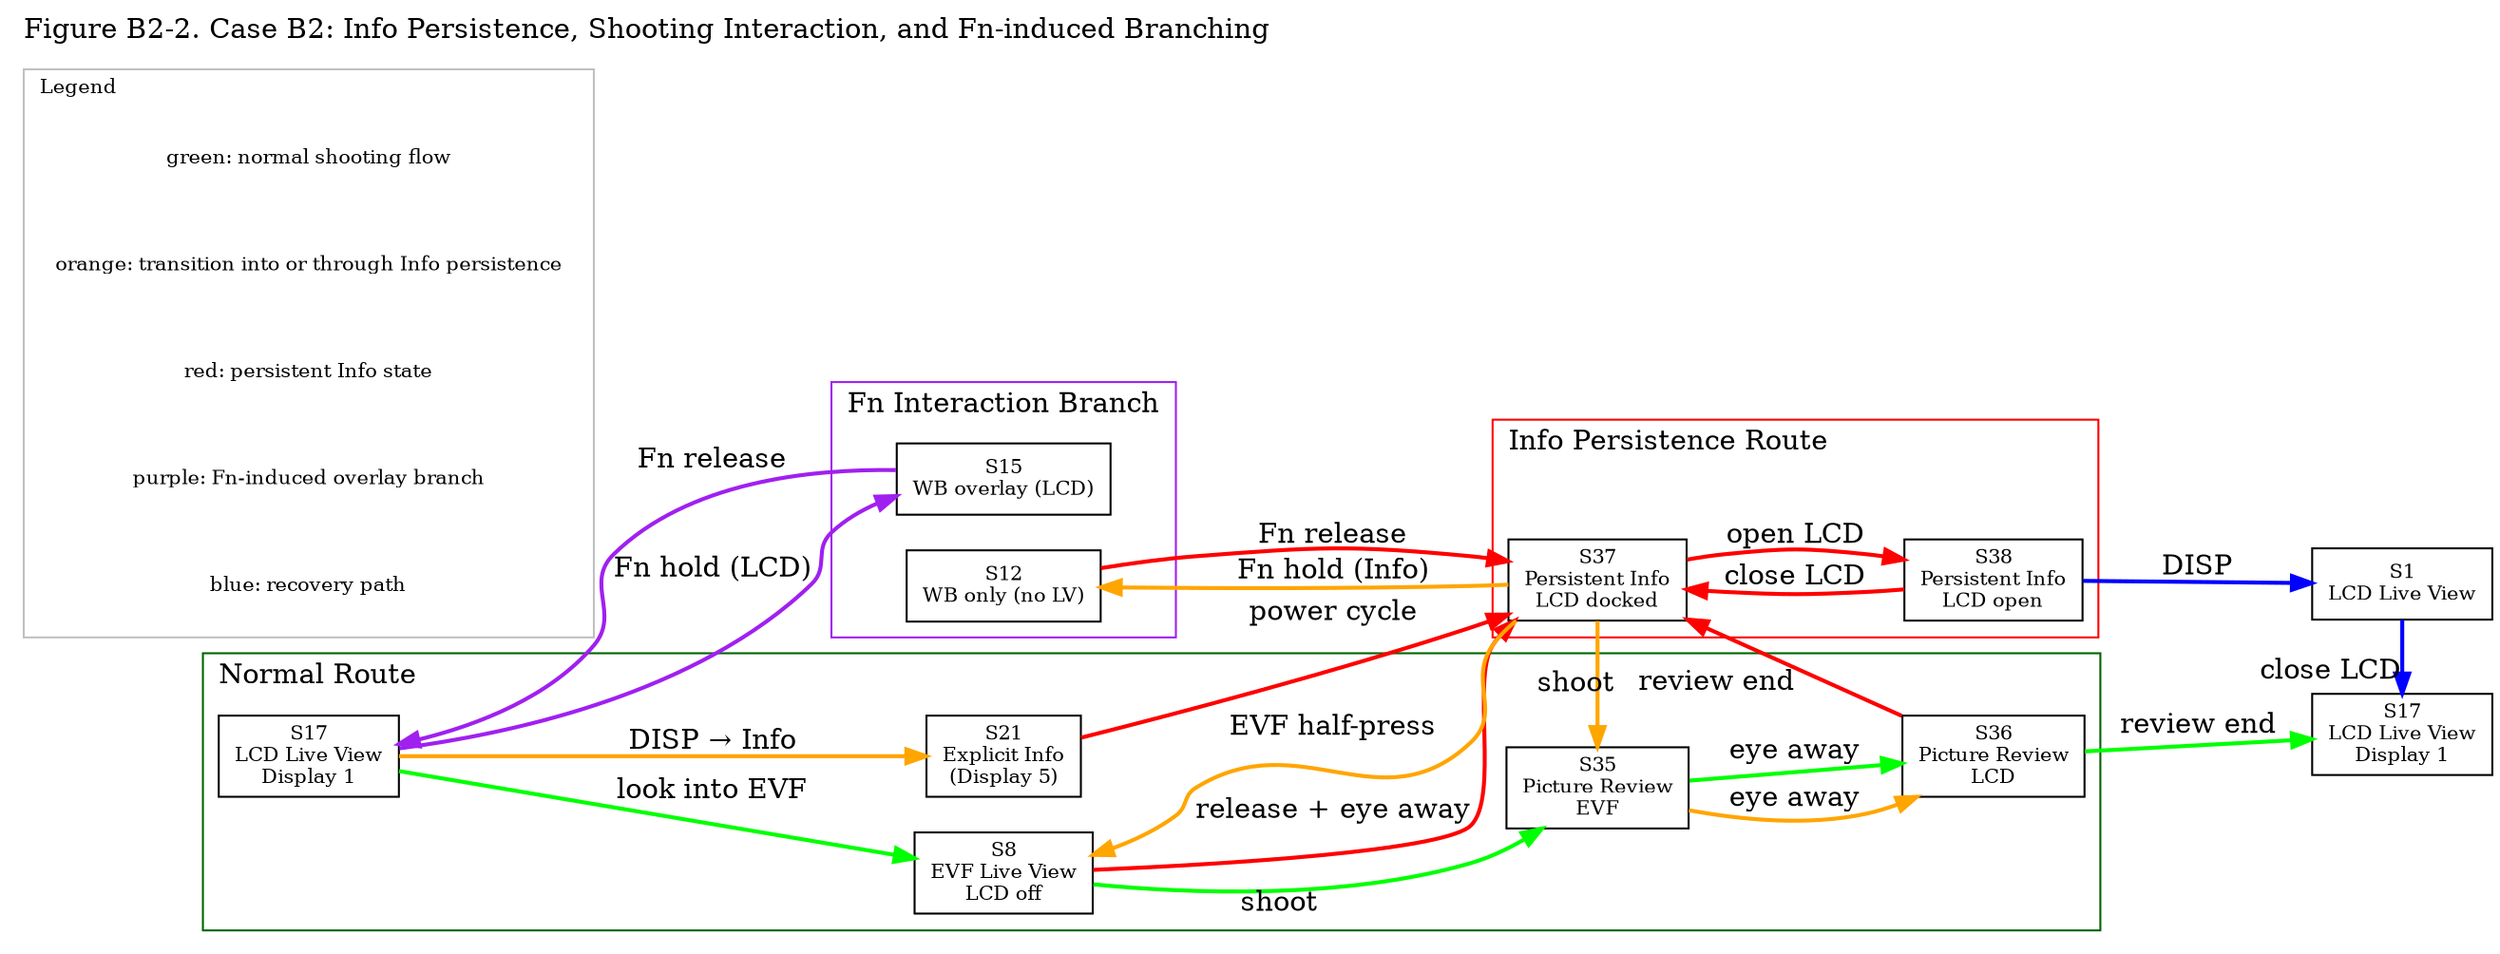
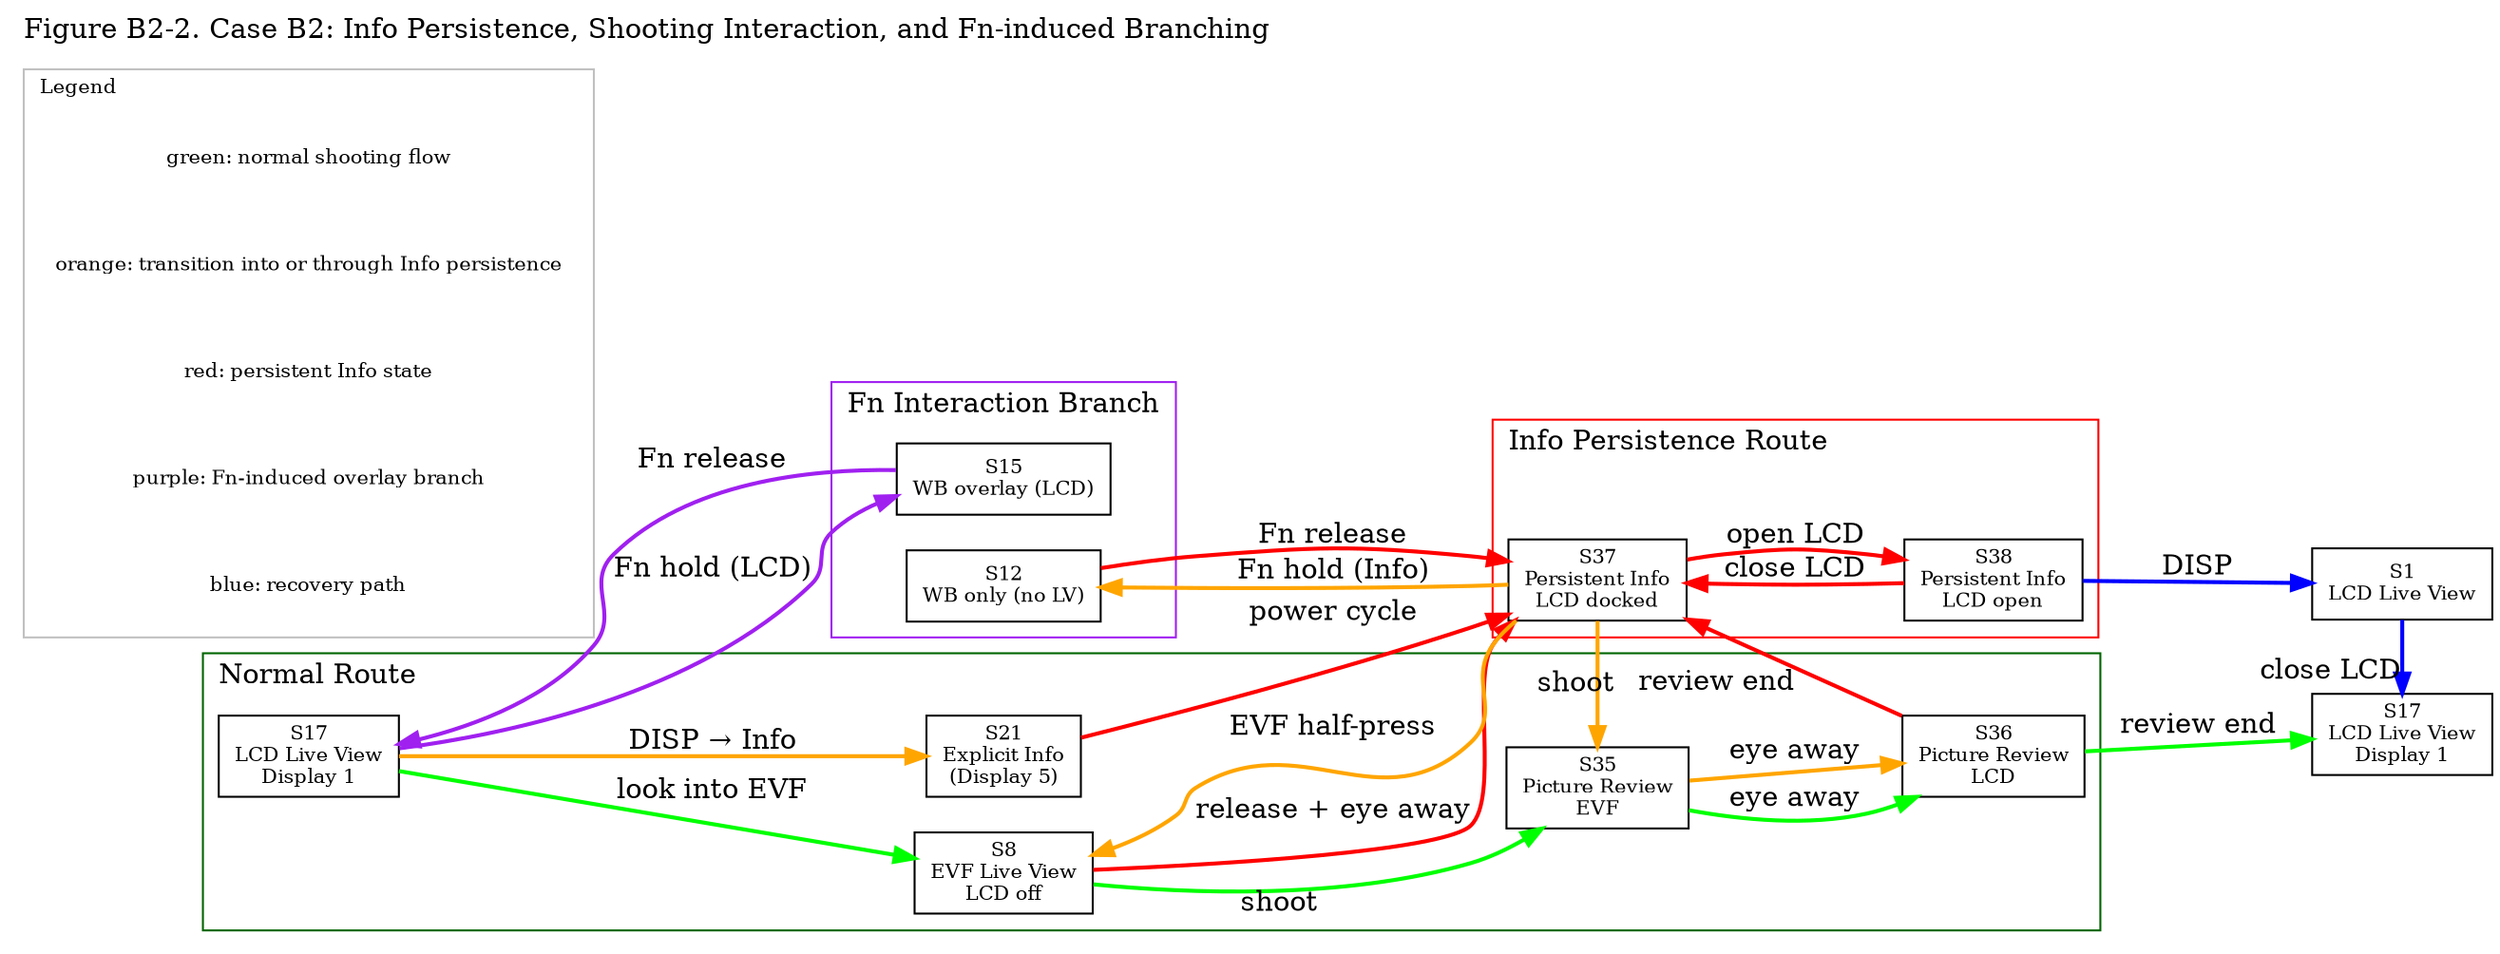
digraph B2_Extended {
label="Figure B2-2. Case B2: Info Persistence, Shooting Interaction, and Fn-induced Branching";
labelloc="t";
labeljust="l";
rankdir=LR;
node [shape=box, fontsize=10];

//S16 [label="S16\nWB overlay (EVF)"];
S15 [label="S15\nWB overlay (LCD)"];
S12 [label="S12\nWB only (no LV)"];

S17_L [label="S17\nLCD Live View\nDisplay 1"];
S17_R [label="S17\nLCD Live View\nDisplay 1"];


S8  [label="S8\nEVF Live View\nLCD off"];

S21 [label="S21\nExplicit Info\n(Display 5)"];



S35 [label="S35\nPicture Review\nEVF"];
S36 [label="S36\nPicture Review\nLCD"];
S37 [label="S37\nPersistent Info\nLCD docked"];
S38 [label="S38\nPersistent Info\nLCD open"];
S1  [label="S1\nLCD Live View"];



/* --- Normal shooting flow --- */




     {rank=same; S17_R; S1;}

subgraph cluster_normal {
    label="Normal Route";
    color="darkgreen";

    S17_L -> S8  [label="look into EVF", color="green", penwidth=2];
    S8     -> S35 [xlabel="shoot", color="green", penwidth=2];
-     S35    -> S36 [label="eye away", color="green", penwidth=2];
+ 
    S36    -> S17_R [label="review end", color="green", penwidth=2];
    S17_L -> S21 [label="DISP → Info", color="orange", penwidth=2];

}

/* --- Info entry & persistence --- */
subgraph cluster_info {
    label="Info Persistence Route";
    color="red";


    S21   -> S37 [label="power cycle", color="red", penwidth=2];

    S37 -> S8   [label="EVF half-press", color="orange", penwidth=2];
    S8  -> S37  [label="release + eye away", color="red", penwidth=2];

    S37 -> S35  [label="shoot", color="orange", penwidth=2];
    S35 -> S36  [label="eye away", color="orange", penwidth=2];
    S36 -> S37  [xlabel="review end", color="red", penwidth=2];
+     S38 -> S37 [label="close LCD", color="red", penwidth=2];
    S37 -> S38 [label="open LCD", color="red", penwidth=2];
-     S38 -> S37 [label="close LCD", color="red", penwidth=2];

}



/* --- Fn interaction branch --- */
subgraph cluster_fn {
    label="Fn Interaction Branch";
    color="purple";

//    S8  -> S16 [label="Fn hold (EVF)", color="purple", penwidth=2];
//    S16 -> S8  [label="Fn release", color="purple", penwidth=2];

    S17_L -> S15 [label="Fn hold (LCD)", color="purple", penwidth=2];
    S15   -> S17_L [label="Fn release", color="purple", penwidth=2];

    S37 -> S12 [label="Fn hold (Info)", color="orange", penwidth=2];
    S12 -> S37 [label="Fn release", color="red", penwidth=2];
+     S35    -> S36 [label="eye away", color="green", penwidth=2];
}




/* --- Recovery flow --- */
subgraph cluster_recovery {
    label="Recovery";
    color="blue";


    S38 -> S1  [label="DISP", color="blue", penwidth=2];
    S1  -> S17_R [xlabel="close LCD", color="blue", penwidth=2];
}

/* --- Legend --- */
subgraph cluster_legend {
    label="Legend";
    fontsize=10;
    color="gray";

    key_expected [label="green: normal shooting flow", shape=plaintext];
    key_info_transition [label="orange: transition into or through Info persistence", shape=plaintext];
    key_info_state [label="red: persistent Info state", shape=plaintext];
    key_fn [label="purple: Fn-induced overlay branch", shape=plaintext];
    key_recovery [label="blue: recovery path", shape=plaintext];
}


}